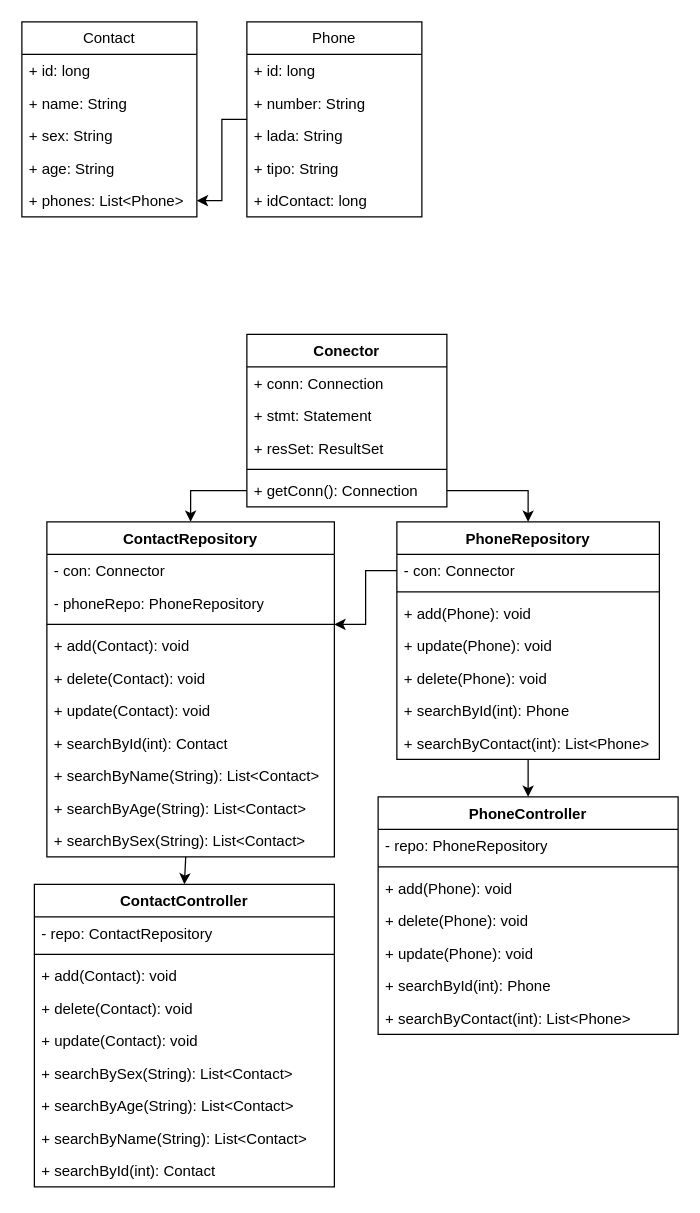
Nyx325/EP3-POO keeps this draw.io diagram as DiagramaClases.drawio. Above is the earlier version. Source tidied: cells renumbered, new cells numbered last; positions are measured from the earlier drawing's top-left corner, leaving out a move shared by most shapes. Both pictures are drawn from the tidied source at 125%, with x=0, y=0 at pixel (21, 21).
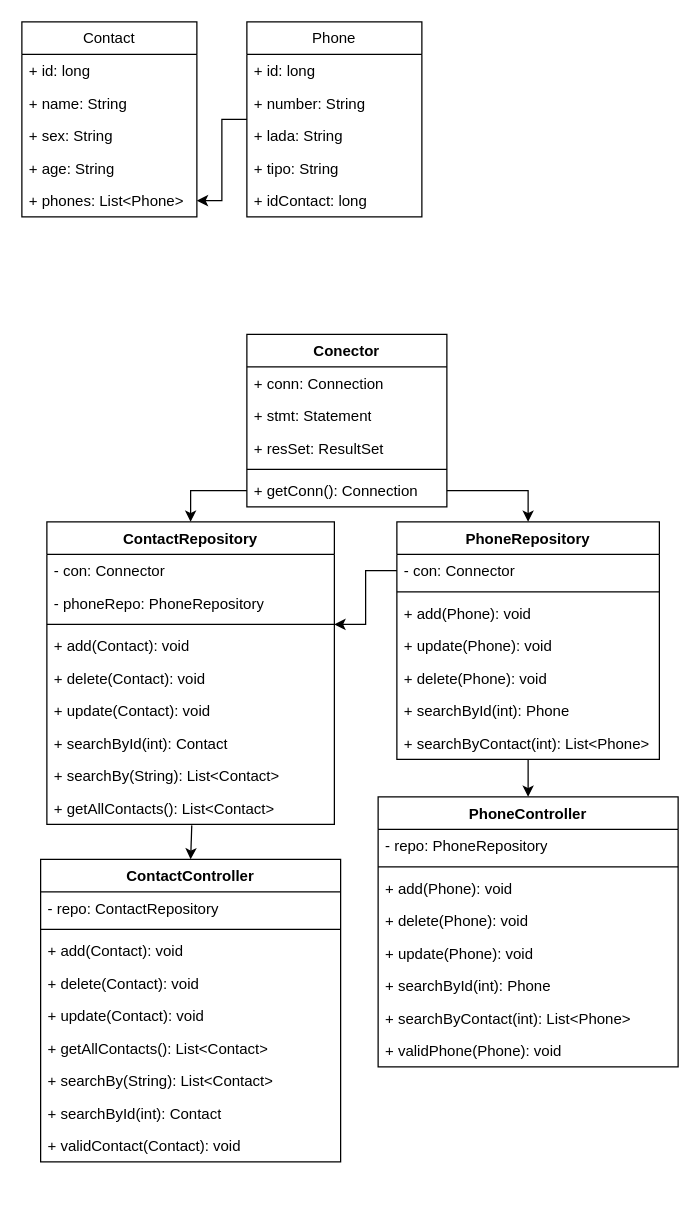
Above is the later version.

Change to the diagram source:
```diff
@@
     <mxCell id="21" value="ContactRepository" style="swimlane;fontStyle=1;align=center;verticalAlign=top;horizontal=1;startSize=26;whiteSpace=wrap;html=1;" parent="1" vertex="1">
-      <mxGeometry x="20" y="400" width="230" height="268" as="geometry" />
+      <mxGeometry x="20" y="400" width="230" height="242" as="geometry" />
     </mxCell>
@@
-    <mxCell id="29" value="+ searchByName(String): List&amp;lt;Contact&amp;gt;" style="text;strokeColor=none;fillColor=none;align=left;verticalAlign=top;spacingLeft=4;spacingRight=4;overflow=hidden;whiteSpace=wrap;html=1;" parent="21" vertex="1">
+    <mxCell id="29" value="+ searchBy(String): List&amp;lt;Contact&amp;gt;" style="text;strokeColor=none;fillColor=none;align=left;verticalAlign=top;spacingLeft=4;spacingRight=4;overflow=hidden;whiteSpace=wrap;html=1;" parent="21" vertex="1">
       <mxGeometry y="190" width="230" height="26" as="geometry" />
     </mxCell>
-    <mxCell id="30" value="+ searchByAge(String): List&amp;lt;Contact&amp;gt;" style="text;strokeColor=none;fillColor=none;align=left;verticalAlign=top;spacingLeft=4;spacingRight=4;overflow=hidden;whiteSpace=wrap;html=1;" parent="21" vertex="1">
-      <mxGeometry y="216" width="230" height="26" as="geometry" />
-    </mxCell>
-    <mxCell id="31" value="+ searchBySex(String): List&amp;lt;Contact&amp;gt;" style="text;strokeColor=none;fillColor=none;align=left;verticalAlign=top;spacingLeft=4;spacingRight=4;overflow=hidden;points=[[0,0.5],[1,0.5]];portConstraint=eastwest;whiteSpace=wrap;html=1;" parent="21" vertex="1">
-      <mxGeometry y="242" width="230" height="26" as="geometry" />
-    </mxCell>
+    <mxCell id="63" value="+ getAllContacts(): List&amp;lt;Contact&amp;gt;" style="text;strokeColor=none;fillColor=none;align=left;verticalAlign=top;spacingLeft=4;spacingRight=4;overflow=hidden;points=[[0,0.5],[1,0.5]];portConstraint=eastwest;whiteSpace=wrap;html=1;" parent="21" vertex="1">
+      <mxGeometry y="216" width="230" height="26" as="geometry" />
+    </mxCell>
@@
     <mxCell id="43" value="ContactController" style="swimlane;fontStyle=1;align=center;verticalAlign=top;horizontal=1;startSize=26;whiteSpace=wrap;html=1;" parent="1" vertex="1">
-      <mxGeometry x="10" y="690" width="240" height="242" as="geometry" />
+      <mxGeometry x="15" y="670" width="240" height="242" as="geometry" />
     </mxCell>
@@
+    <mxCell id="64" value="+ getAllContacts(): List&amp;lt;Contact&amp;gt;" style="text;strokeColor=none;fillColor=none;align=left;verticalAlign=top;spacingLeft=4;spacingRight=4;overflow=hidden;whiteSpace=wrap;html=1;" parent="43" vertex="1">
+      <mxGeometry y="138" width="240" height="26" as="geometry" />
+    </mxCell>
-    <mxCell id="49" value="+ searchBySex(String): List&amp;lt;Contact&amp;gt;" style="text;strokeColor=none;fillColor=none;align=left;verticalAlign=top;spacingLeft=4;spacingRight=4;overflow=hidden;whiteSpace=wrap;html=1;" parent="43" vertex="1">
-      <mxGeometry y="138" width="240" height="26" as="geometry" />
+    <mxCell id="49" value="+ searchBy(String): List&amp;lt;Contact&amp;gt;" style="text;strokeColor=none;fillColor=none;align=left;verticalAlign=top;spacingLeft=4;spacingRight=4;overflow=hidden;whiteSpace=wrap;html=1;" parent="43" vertex="1">
+      <mxGeometry y="164" width="240" height="26" as="geometry" />
     </mxCell>
-    <mxCell id="50" value="+ searchByAge(String): List&amp;lt;Contact&amp;gt;" style="text;strokeColor=none;fillColor=none;align=left;verticalAlign=top;spacingLeft=4;spacingRight=4;overflow=hidden;whiteSpace=wrap;html=1;" parent="43" vertex="1">
-      <mxGeometry y="164" width="240" height="26" as="geometry" />
-    </mxCell>
-    <mxCell id="51" value="+ searchByName(String): List&amp;lt;Contact&amp;gt;" style="text;strokeColor=none;fillColor=none;align=left;verticalAlign=top;spacingLeft=4;spacingRight=4;overflow=hidden;whiteSpace=wrap;html=1;" parent="43" vertex="1">
-      <mxGeometry y="190" width="240" height="26" as="geometry" />
-    </mxCell>
     <mxCell id="52" value="+ searchById(int): Contact" style="text;strokeColor=none;fillColor=none;align=left;verticalAlign=top;spacingLeft=4;spacingRight=4;overflow=hidden;whiteSpace=wrap;html=1;" parent="43" vertex="1">
-      <mxGeometry y="216" width="240" height="26" as="geometry" />
+      <mxGeometry y="190" width="240" height="26" as="geometry" />
     </mxCell>
-    <mxCell id="53" style="endArrow=classic;html=1;rounded=0;entryX=0.5;entryY=0;entryDx=0;entryDy=0;exitX=0.483;exitY=1;exitDx=0;exitDy=0;exitPerimeter=0;" parent="1" edge="1" source="31" target="43">
-      <mxGeometry relative="1" as="geometry" />
-    </mxCell>
+    <mxCell id="65" value="+ validContact(Contact): void" style="text;strokeColor=none;fillColor=none;align=left;verticalAlign=top;spacingLeft=4;spacingRight=4;overflow=hidden;whiteSpace=wrap;html=1;" parent="43" vertex="1">
+      <mxGeometry y="216" width="240" height="26" as="geometry" />
+    </mxCell>
     <mxCell id="54" value="PhoneController" style="swimlane;fontStyle=1;align=center;verticalAlign=top;horizontal=1;startSize=26;whiteSpace=wrap;html=1;" parent="1" vertex="1">
-      <mxGeometry x="285" y="620" width="240" height="190" as="geometry" />
+      <mxGeometry x="285" y="620" width="240" height="216" as="geometry" />
     </mxCell>
@@
+    <mxCell id="66" value="+ validPhone(Phone): void" style="text;strokeColor=none;fillColor=none;align=left;verticalAlign=top;spacingLeft=4;spacingRight=4;overflow=hidden;whiteSpace=wrap;html=1;" parent="54" vertex="1">
+      <mxGeometry y="190" width="240" height="26" as="geometry" />
+    </mxCell>
@@
+    <mxCell id="67" style="endArrow=classic;html=1;rounded=0;entryX=0.5;entryY=0;entryDx=0;entryDy=0;exitX=0.504;exitY=1.031;exitDx=0;exitDy=0;exitPerimeter=0;" parent="1" edge="1" source="63" target="43">
+      <mxGeometry relative="1" as="geometry" />
+    </mxCell>
```
